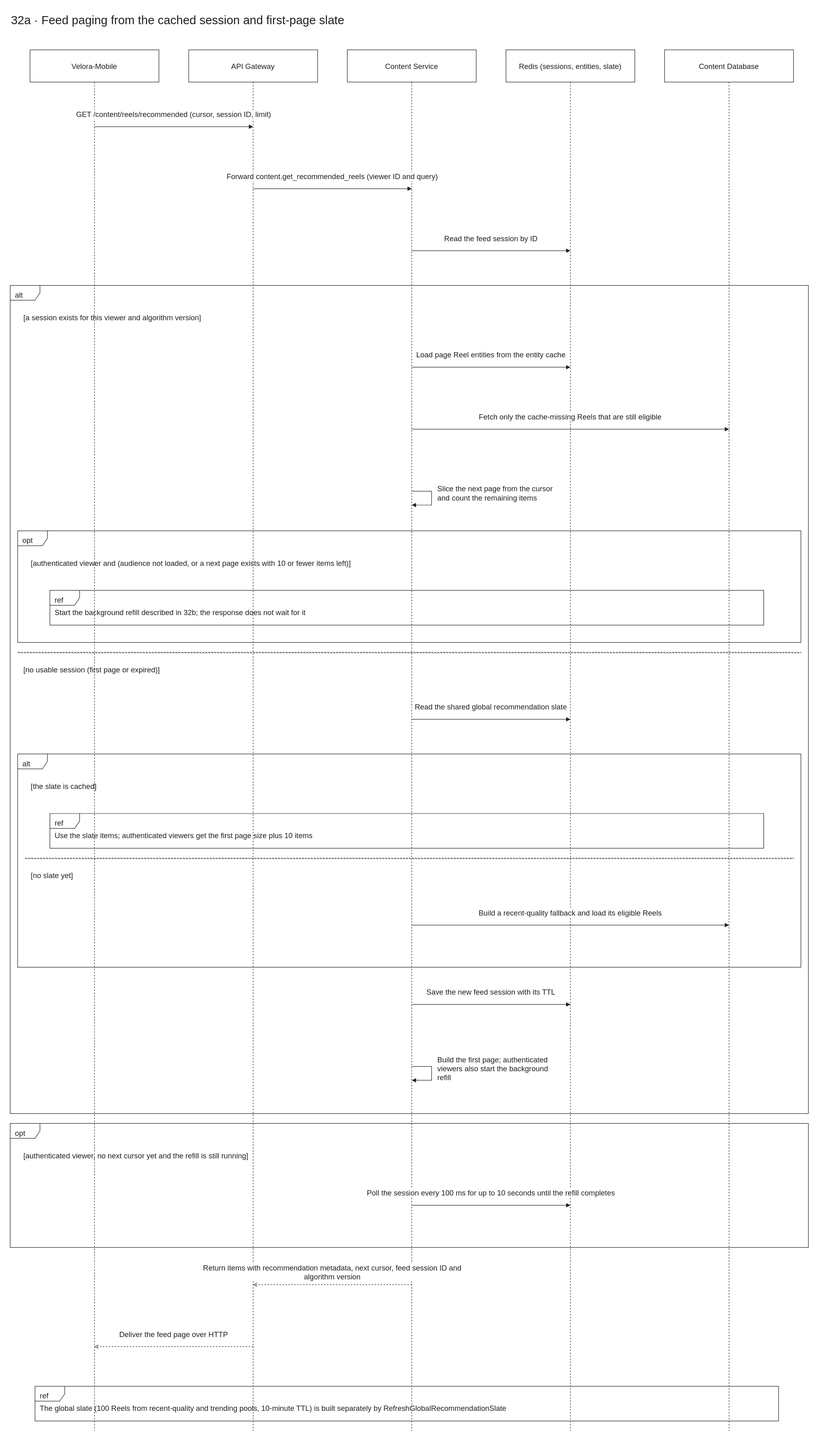
Earlier version of the draw.io export docs/diagrams/velora-current/importable-svg/32a-feed-cache-paging.drawio.svg (HieuCuteDangYeu/velora-backend). Source tidied: cells renumbered, new cells last; positions are measured from the earlier drawing's top-left corner, leaving out a move shared by most shapes.
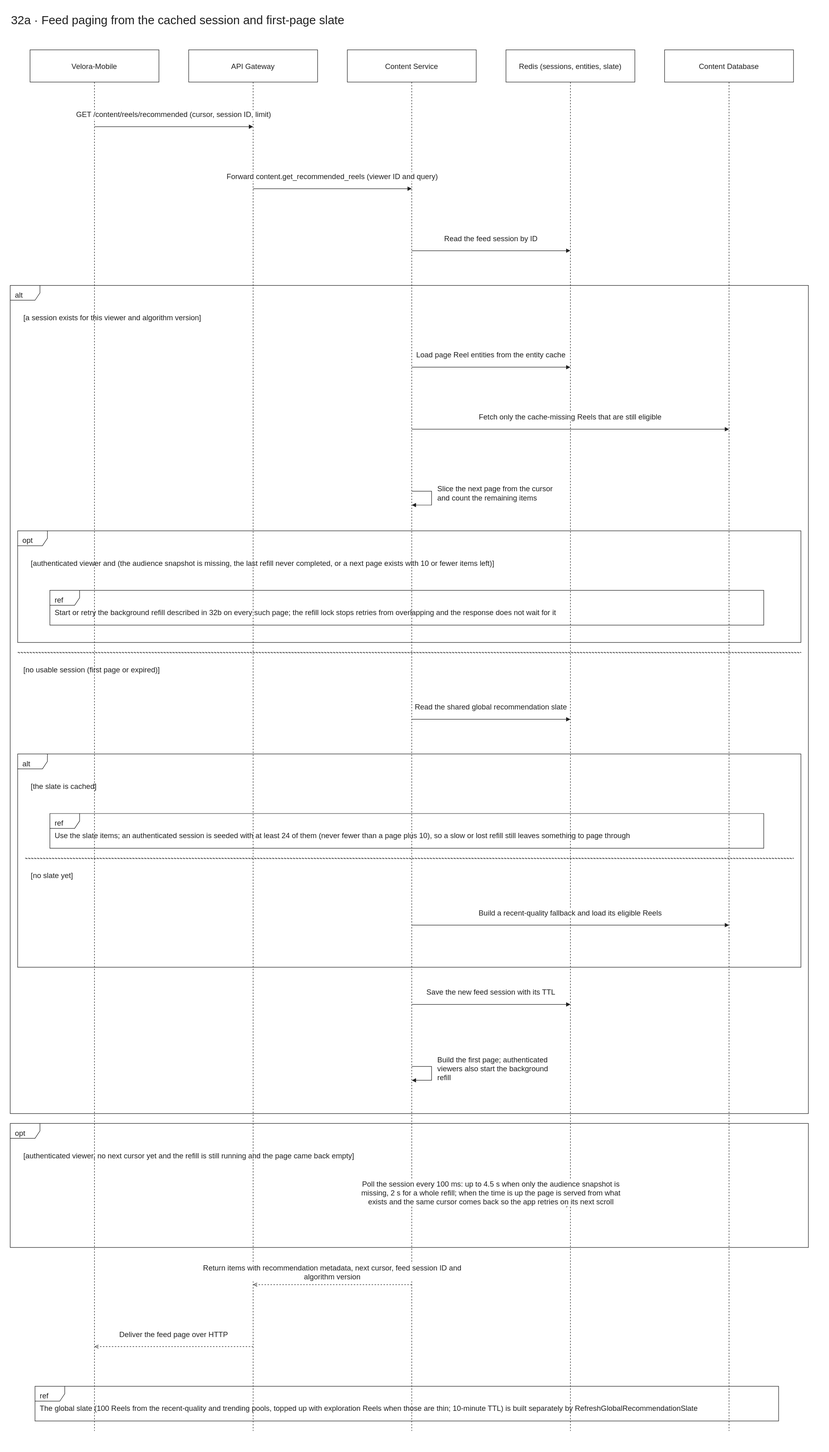
After the change.

What changed in the source:
```diff
@@ -105,13 +105,13 @@
     <mxCell id="21" value="opt" style="html=1;fontFamily=Arial;fontSize=15;fontColor=light-dark(#202020,#eeeeee);strokeColor=light-dark(#202020,#eeeeee);shape=umlFrame;fillColor=none;align=left;verticalAlign=top;spacingLeft=8;spacingTop=4;" parent="1" vertex="1">
       <mxGeometry x="15" y="1050" width="1580" height="225" as="geometry" />
     </mxCell>
-    <mxCell id="22" value="[authenticated viewer and (audience not loaded, or a next page exists with 10 or fewer items left)]" style="html=1;fontFamily=Arial;fontSize=15;fontColor=light-dark(#202020,#eeeeee);strokeColor=light-dark(#202020,#eeeeee);text;whiteSpace=wrap;align=left;strokeColor=none;fillColor=none;" parent="1" vertex="1">
+    <mxCell id="22" value="[authenticated viewer and (the audience snapshot is missing, the last refill never completed, or a next page exists with 10 or fewer items left)]" style="html=1;fontFamily=Arial;fontSize=15;fontColor=light-dark(#202020,#eeeeee);strokeColor=light-dark(#202020,#eeeeee);text;whiteSpace=wrap;align=left;strokeColor=none;fillColor=none;" parent="1" vertex="1">
       <mxGeometry x="40" y="1100" width="1520" height="45" as="geometry" />
     </mxCell>
     <mxCell id="23" value="ref" style="html=1;fontFamily=Arial;fontSize=15;fontColor=light-dark(#202020,#eeeeee);strokeColor=light-dark(#202020,#eeeeee);shape=umlFrame;fillColor=light-dark(#ffffff,#181818);align=left;verticalAlign=top;spacingLeft=8;spacingTop=4;" parent="1" vertex="1">
       <mxGeometry x="80" y="1170" width="1440" height="70" as="geometry" />
     </mxCell>
-    <mxCell id="24" value="Start the background refill described in 32b; the response does not wait for it" style="html=1;fontFamily=Arial;fontSize=15;fontColor=light-dark(#202020,#eeeeee);strokeColor=light-dark(#202020,#eeeeee);text;whiteSpace=wrap;align=left;verticalAlign=middle;strokeColor=none;fillColor=none;" parent="1" vertex="1">
+    <mxCell id="24" value="Start or retry the background refill described in 32b on every such page; the refill lock stops retries from overlapping and the response does not wait for it" style="html=1;fontFamily=Arial;fontSize=15;fontColor=light-dark(#202020,#eeeeee);strokeColor=light-dark(#202020,#eeeeee);text;whiteSpace=wrap;align=left;verticalAlign=middle;strokeColor=none;fillColor=none;" parent="1" vertex="1">
       <mxGeometry x="88" y="1192" width="1420" height="44" as="geometry" />
     </mxCell>
     <mxCell id="25" style="html=1;fontFamily=Arial;fontSize=15;fontColor=light-dark(#202020,#eeeeee);strokeColor=light-dark(#202020,#eeeeee);fillColor=none;dashed=1;" parent="1" vertex="1">
@@ -136,7 +136,7 @@
     <mxCell id="30" value="ref" style="html=1;fontFamily=Arial;fontSize=15;fontColor=light-dark(#202020,#eeeeee);strokeColor=light-dark(#202020,#eeeeee);shape=umlFrame;fillColor=light-dark(#ffffff,#181818);align=left;verticalAlign=top;spacingLeft=8;spacingTop=4;" parent="1" vertex="1">
       <mxGeometry x="80" y="1620" width="1440" height="70" as="geometry" />
     </mxCell>
-    <mxCell id="31" value="Use the slate items; authenticated viewers get the first page size plus 10 items" style="html=1;fontFamily=Arial;fontSize=15;fontColor=light-dark(#202020,#eeeeee);strokeColor=light-dark(#202020,#eeeeee);text;whiteSpace=wrap;align=left;verticalAlign=middle;strokeColor=none;fillColor=none;" parent="1" vertex="1">
+    <mxCell id="31" value="Use the slate items; an authenticated session is seeded with at least 24 of them (never fewer than a page plus 10), so a slow or lost refill still leaves something to page through" style="html=1;fontFamily=Arial;fontSize=15;fontColor=light-dark(#202020,#eeeeee);strokeColor=light-dark(#202020,#eeeeee);text;whiteSpace=wrap;align=left;verticalAlign=middle;strokeColor=none;fillColor=none;" parent="1" vertex="1">
       <mxGeometry x="88" y="1642" width="1420" height="44" as="geometry" />
     </mxCell>
     <mxCell id="32" style="html=1;fontFamily=Arial;fontSize=15;fontColor=light-dark(#202020,#eeeeee);strokeColor=light-dark(#202020,#eeeeee);fillColor=none;dashed=1;" parent="1" vertex="1">
@@ -173,10 +173,10 @@
     <mxCell id="37" value="opt" style="html=1;fontFamily=Arial;fontSize=15;fontColor=light-dark(#202020,#eeeeee);strokeColor=light-dark(#202020,#eeeeee);shape=umlFrame;fillColor=none;align=left;verticalAlign=top;spacingLeft=8;spacingTop=4;" parent="1" vertex="1">
       <mxGeometry y="2245" width="1610" height="250" as="geometry" />
     </mxCell>
-    <mxCell id="38" value="[authenticated viewer, no next cursor yet and the refill is still running]" style="html=1;fontFamily=Arial;fontSize=15;fontColor=light-dark(#202020,#eeeeee);strokeColor=light-dark(#202020,#eeeeee);text;whiteSpace=wrap;align=left;strokeColor=none;fillColor=none;" parent="1" vertex="1">
+    <mxCell id="38" value="[authenticated viewer, no next cursor yet and the refill is still running and the page came back empty]" style="html=1;fontFamily=Arial;fontSize=15;fontColor=light-dark(#202020,#eeeeee);strokeColor=light-dark(#202020,#eeeeee);text;whiteSpace=wrap;align=left;strokeColor=none;fillColor=none;" parent="1" vertex="1">
       <mxGeometry x="25" y="2295" width="1550" height="45" as="geometry" />
     </mxCell>
-    <mxCell id="39" value="Poll the session every 100 ms for up to 10 seconds until the refill completes" style="html=1;fontFamily=Arial;fontSize=15;fontColor=light-dark(#202020,#eeeeee);strokeColor=light-dark(#202020,#eeeeee);endArrow=block;endFill=1;labelBackgroundColor=#ffffff;labelWidth=550;whiteSpace=wrap;align=center;" parent="1" edge="1">
+    <mxCell id="39" value="Poll the session every 100 ms: up to 4.5 s when only the audience snapshot is missing, 2 s for a whole refill; when the time is up the page is served from what exists and the same cursor comes back so the app retries on its next scroll" style="html=1;fontFamily=Arial;fontSize=15;fontColor=light-dark(#202020,#eeeeee);strokeColor=light-dark(#202020,#eeeeee);endArrow=block;endFill=1;labelBackgroundColor=#ffffff;labelWidth=550;whiteSpace=wrap;align=center;" parent="1" edge="1">
       <mxGeometry relative="1" as="geometry">
         <mxPoint x="810" y="2410" as="sourcePoint" />
         <mxPoint x="1130" y="2410" as="targetPoint" />
@@ -200,7 +200,7 @@
     <mxCell id="42" value="ref" style="html=1;fontFamily=Arial;fontSize=15;fontColor=light-dark(#202020,#eeeeee);strokeColor=light-dark(#202020,#eeeeee);shape=umlFrame;fillColor=light-dark(#ffffff,#181818);align=left;verticalAlign=top;spacingLeft=8;spacingTop=4;" parent="1" vertex="1">
       <mxGeometry x="50" y="2775" width="1500" height="70" as="geometry" />
     </mxCell>
-    <mxCell id="43" value="The global slate (100 Reels from recent-quality and trending pools, 10-minute TTL) is built separately by RefreshGlobalRecommendationSlate" style="html=1;fontFamily=Arial;fontSize=15;fontColor=light-dark(#202020,#eeeeee);strokeColor=light-dark(#202020,#eeeeee);text;whiteSpace=wrap;align=left;verticalAlign=middle;strokeColor=none;fillColor=none;" parent="1" vertex="1">
+    <mxCell id="43" value="The global slate (100 Reels from the recent-quality and trending pools, topped up with exploration Reels when those are thin; 10-minute TTL) is built separately by RefreshGlobalRecommendationSlate" style="html=1;fontFamily=Arial;fontSize=15;fontColor=light-dark(#202020,#eeeeee);strokeColor=light-dark(#202020,#eeeeee);text;whiteSpace=wrap;align=left;verticalAlign=middle;strokeColor=none;fillColor=none;" parent="1" vertex="1">
       <mxGeometry x="58" y="2797" width="1480" height="44" as="geometry" />
     </mxCell>
   </root>
```
